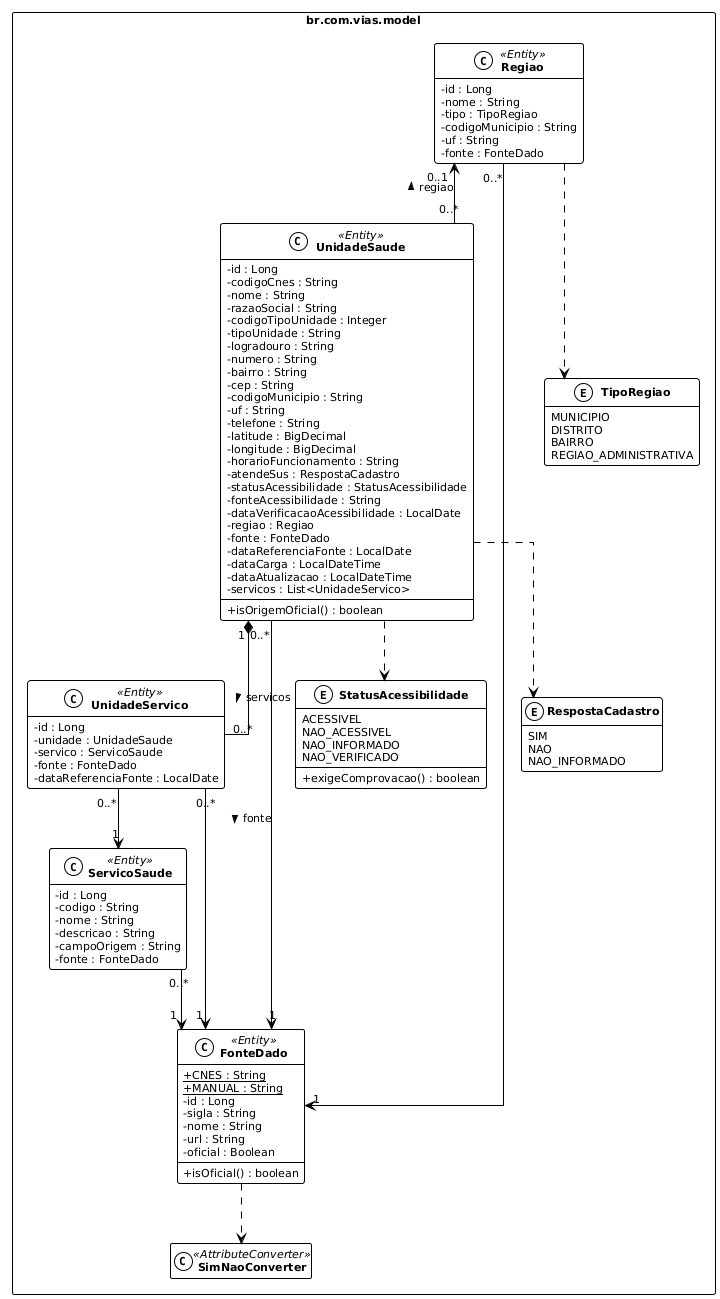
nsantos1/vias keeps this PlantUML diagram as services/api/docs/diagramas/classes-dominio.png. Above is the earlier version. The source it was exported from:
```plantuml
@startuml classes-dominio
!theme plain
set separator none
skinparam classAttributeIconSize 0
skinparam shadowing false
skinparam classFontStyle bold
skinparam packageStyle rectangle
skinparam defaultFontName Arial
hide empty members
skinparam defaultFontSize 11
skinparam linetype ortho

package "br.com.vias.model" as model {
  class UnidadeSaude <<Entity>> {
    - id : Long
    - codigoCnes : String
    - nome : String
    - razaoSocial : String
    - codigoTipoUnidade : Integer
    - tipoUnidade : String
    - logradouro : String
    - numero : String
    - bairro : String
    - cep : String
    - codigoMunicipio : String
    - uf : String
    - telefone : String
    - latitude : BigDecimal
    - longitude : BigDecimal
    - horarioFuncionamento : String
    - atendeSus : RespostaCadastro
    - statusAcessibilidade : StatusAcessibilidade
    - fonteAcessibilidade : String
    - dataVerificacaoAcessibilidade : LocalDate
    - regiao : Regiao
    - fonte : FonteDado
    - dataReferenciaFonte : LocalDate
    - dataCarga : LocalDateTime
    - dataAtualizacao : LocalDateTime
    - servicos : List<UnidadeServico>
    + isOrigemOficial() : boolean
  }
  class UnidadeServico <<Entity>> {
    - id : Long
    - unidade : UnidadeSaude
    - servico : ServicoSaude
    - fonte : FonteDado
    - dataReferenciaFonte : LocalDate
  }
  class ServicoSaude <<Entity>> {
    - id : Long
    - codigo : String
    - nome : String
    - descricao : String
    - campoOrigem : String
    - fonte : FonteDado
  }
  class Regiao <<Entity>> {
    - id : Long
    - nome : String
    - tipo : TipoRegiao
    - codigoMunicipio : String
    - uf : String
    - fonte : FonteDado
  }
  class FonteDado <<Entity>> {
    + {static} CNES : String
    + {static} MANUAL : String
    - id : Long
    - sigla : String
    - nome : String
    - url : String
    - oficial : Boolean
    + isOficial() : boolean
  }
  enum StatusAcessibilidade {
    ACESSIVEL
    NAO_ACESSIVEL
    NAO_INFORMADO
    NAO_VERIFICADO
    + exigeComprovacao() : boolean
  }
  enum RespostaCadastro {
    SIM
    NAO
    NAO_INFORMADO
  }
  enum TipoRegiao {
    MUNICIPIO
    DISTRITO
    BAIRRO
    REGIAO_ADMINISTRATIVA
  }
  class SimNaoConverter <<AttributeConverter>>
}

UnidadeSaude "1" *-- "0..*" UnidadeServico : servicos >
UnidadeServico "0..*" --> "1" ServicoSaude
Regiao "0..1" <-- "0..*" UnidadeSaude : regiao <
UnidadeSaude "0..*" --> "1" FonteDado : fonte >
UnidadeServico "0..*" --> "1" FonteDado
ServicoSaude "0..*" --> "1" FonteDado
Regiao "0..*" --> "1" FonteDado
UnidadeSaude ..> StatusAcessibilidade
UnidadeSaude ..> RespostaCadastro
Regiao ..> TipoRegiao
FonteDado ..> SimNaoConverter
@enduml
```
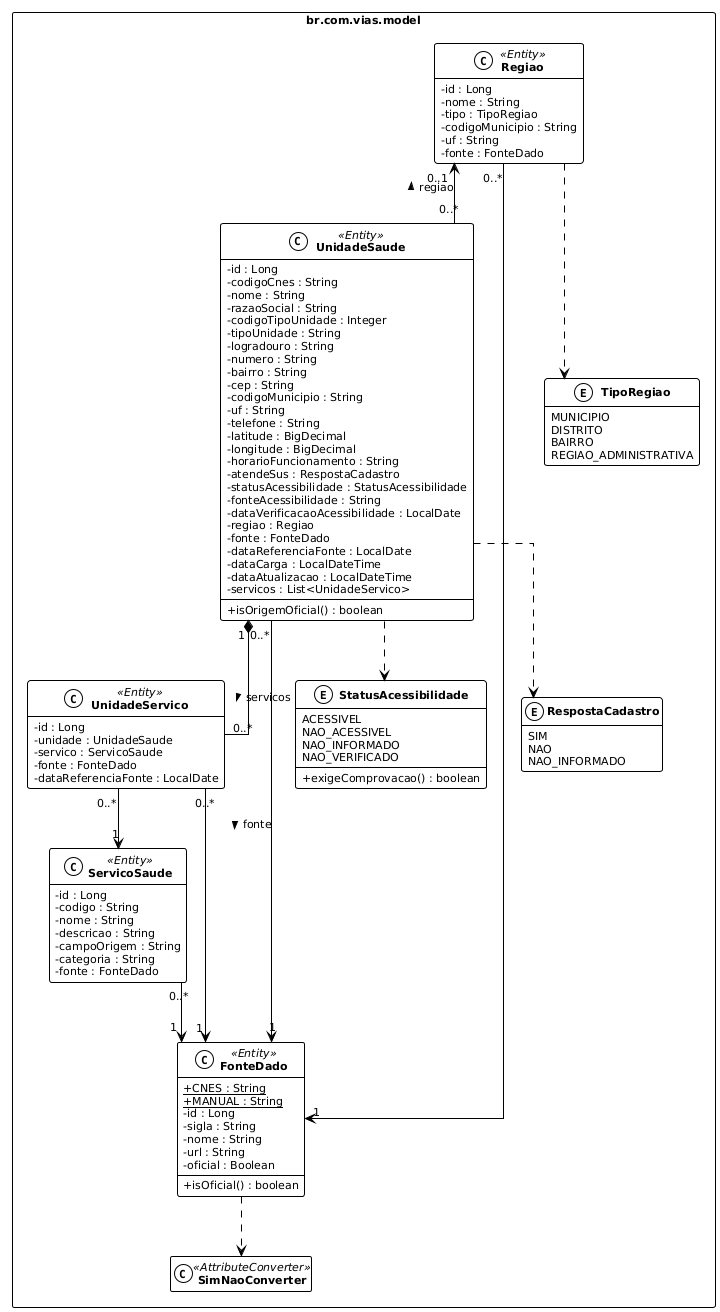
Later version of the same file.

What changed in the source:
```diff
@@ -53,6 +53,7 @@
     - nome : String
     - descricao : String
     - campoOrigem : String
+    - categoria : String
     - fonte : FonteDado
   }
   class Regiao <<Entity>> {
```
